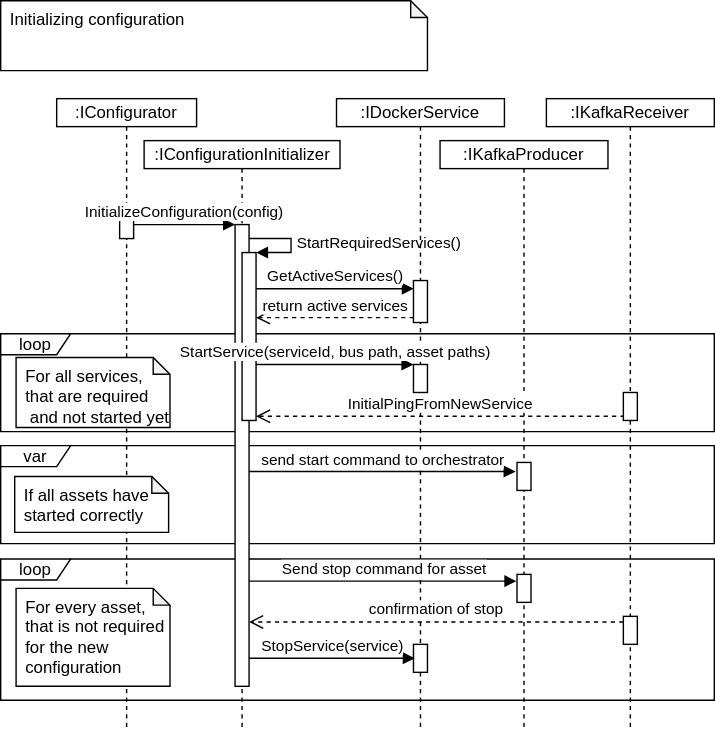
Before: docs/Seq_Configurator.Initialization.svg, a diagram exported from draw.io (SDU-SW-Engineering/Reconfigurable-I4-Middleware-Software-Architecture). Source tidied: cells renumbered, new cells last; positions are measured from the earlier drawing's top-left corner, leaving out a move shared by most shapes. Its diagram source:
```xml
<mxGraphModel>
  <root>
    <mxCell id="0" />
    <mxCell id="1" parent="0" />
    <mxCell id="2" value="var" style="shape=umlFrame;whiteSpace=wrap;html=1;width=50;height=15;" parent="1" vertex="1">
      <mxGeometry y="318" width="510" height="70" as="geometry" />
    </mxCell>
    <mxCell id="3" value="loop" style="shape=umlFrame;whiteSpace=wrap;html=1;width=50;height=15;" parent="1" vertex="1">
      <mxGeometry y="399" width="510" height="101" as="geometry" />
    </mxCell>
    <mxCell id="4" value="loop" style="shape=umlFrame;whiteSpace=wrap;html=1;width=50;height=15;" parent="1" vertex="1">
      <mxGeometry y="238" width="510" height="70" as="geometry" />
    </mxCell>
    <mxCell id="5" value=":IConfigurator" style="shape=umlLifeline;perimeter=lifelinePerimeter;whiteSpace=wrap;html=1;size=20;" parent="1" vertex="1">
      <mxGeometry x="40" y="70" width="100" height="450" as="geometry" />
    </mxCell>
    <mxCell id="6" style="html=1;points=[];perimeter=orthogonalPerimeter;" parent="5" vertex="1">
      <mxGeometry x="45" y="80" width="10" height="20" as="geometry" />
    </mxCell>
    <mxCell id="7" value=":IConfigurationInitializer" style="shape=umlLifeline;perimeter=lifelinePerimeter;whiteSpace=wrap;html=1;size=20;" parent="1" vertex="1">
      <mxGeometry x="102.5" y="100" width="140" height="420" as="geometry" />
    </mxCell>
    <mxCell id="8" style="html=1;points=[];perimeter=orthogonalPerimeter;" parent="7" vertex="1">
      <mxGeometry x="65" y="60" width="10" height="330" as="geometry" />
    </mxCell>
    <mxCell id="9" value="StartRequiredServices()" style="edgeStyle=orthogonalEdgeStyle;html=1;align=left;spacingLeft=2;endArrow=block;rounded=0;entryX=1;entryY=0;" parent="7" edge="1">
      <mxGeometry relative="1" as="geometry">
        <mxPoint x="75" y="70" as="sourcePoint" />
        <mxPoint x="80" y="80" as="targetPoint" />
        <Array as="points">
          <mxPoint x="105" y="70" />
        </Array>
      </mxGeometry>
    </mxCell>
    <mxCell id="10" style="html=1;points=[];perimeter=orthogonalPerimeter;" parent="7" vertex="1">
      <mxGeometry x="70" y="80" width="10" height="120" as="geometry" />
    </mxCell>
    <mxCell id="11" value=":IDockerService" style="shape=umlLifeline;perimeter=lifelinePerimeter;whiteSpace=wrap;html=1;size=20;" parent="1" vertex="1">
      <mxGeometry x="240" y="70" width="120" height="450" as="geometry" />
    </mxCell>
    <mxCell id="12" style="html=1;points=[];perimeter=orthogonalPerimeter;" parent="11" vertex="1">
      <mxGeometry x="55" y="390" width="10" height="20" as="geometry" />
    </mxCell>
    <mxCell id="13" style="html=1;points=[];perimeter=orthogonalPerimeter;" parent="11" vertex="1">
      <mxGeometry x="55" y="190" width="10" height="20" as="geometry" />
    </mxCell>
    <mxCell id="14" style="html=1;points=[];perimeter=orthogonalPerimeter;" parent="11" vertex="1">
      <mxGeometry x="55" y="130" width="10" height="30" as="geometry" />
    </mxCell>
    <mxCell id="15" value="InitializeConfiguration(config)" style="html=1;verticalAlign=bottom;endArrow=block;rounded=0;" parent="1" edge="1" source="6" target="8">
      <mxGeometry relative="1" as="geometry" />
    </mxCell>
    <mxCell id="16" value="StopService(service)" style="html=1;verticalAlign=bottom;endArrow=block;rounded=0;entryX=0.093;entryY=0.498;entryDx=0;entryDy=0;entryPerimeter=0;" parent="1" edge="1" source="8" target="12">
      <mxGeometry relative="1" as="geometry" />
    </mxCell>
    <mxCell id="17" value="GetActiveServices()" style="html=1;verticalAlign=bottom;endArrow=block;rounded=0;entryX=0.024;entryY=0.194;entryDx=0;entryDy=0;entryPerimeter=0;" parent="1" edge="1" source="10" target="14">
      <mxGeometry relative="1" as="geometry" />
    </mxCell>
    <mxCell id="18" value="return active services" style="html=1;verticalAlign=bottom;endArrow=open;dashed=1;endSize=8;rounded=0;exitX=0.024;exitY=0.884;exitDx=0;exitDy=0;exitPerimeter=0;" parent="1" edge="1" source="14" target="10">
      <mxGeometry relative="1" as="geometry" />
    </mxCell>
    <mxCell id="19" value="StartService(serviceId, bus path, asset paths)" style="html=1;verticalAlign=bottom;endArrow=block;rounded=0;" parent="1" edge="1" source="10" target="13">
      <mxGeometry relative="1" as="geometry" />
    </mxCell>
    <mxCell id="20" value="&lt;div&gt;For all services, that are required &amp;nbsp;and not started yet&lt;/div&gt;" style="shape=note;whiteSpace=wrap;html=1;backgroundOutline=1;darkOpacity=0.05;size=12;align=left;spacingLeft=5;verticalAlign=top;" parent="1" vertex="1">
      <mxGeometry x="11" y="255" width="110" height="50" as="geometry" />
    </mxCell>
    <mxCell id="21" value=":IKafkaProducer" style="shape=umlLifeline;perimeter=lifelinePerimeter;whiteSpace=wrap;html=1;size=20;" parent="1" vertex="1">
      <mxGeometry x="314" y="100" width="120" height="420" as="geometry" />
    </mxCell>
    <mxCell id="22" style="html=1;points=[];perimeter=orthogonalPerimeter;" parent="21" vertex="1">
      <mxGeometry x="55" y="310" width="10" height="20" as="geometry" />
    </mxCell>
    <mxCell id="23" style="html=1;points=[];perimeter=orthogonalPerimeter;" parent="21" vertex="1">
      <mxGeometry x="55" y="230" width="10" height="20" as="geometry" />
    </mxCell>
    <mxCell id="24" value="InitialPingFromNewService" style="html=1;verticalAlign=bottom;endArrow=open;dashed=1;endSize=8;rounded=0;exitX=0.093;exitY=0.85;exitDx=0;exitDy=0;exitPerimeter=0;" parent="1" edge="1" source="29" target="10">
      <mxGeometry relative="1" as="geometry" />
    </mxCell>
    <mxCell id="25" value="Send stop command for asset" style="html=1;verticalAlign=bottom;endArrow=block;rounded=0;entryX=-0.045;entryY=0.241;entryDx=0;entryDy=0;entryPerimeter=0;" parent="1" edge="1" source="8" target="22">
      <mxGeometry relative="1" as="geometry" />
    </mxCell>
    <mxCell id="26" value="&lt;div&gt;For every asset, that is not required for the new configuration&lt;/div&gt;" style="shape=note;whiteSpace=wrap;html=1;backgroundOutline=1;darkOpacity=0.05;size=12;align=left;spacingLeft=5;verticalAlign=top;" parent="1" vertex="1">
      <mxGeometry x="11" y="420" width="110" height="70" as="geometry" />
    </mxCell>
    <mxCell id="27" value="confirmation of stop" style="html=1;verticalAlign=bottom;endArrow=open;dashed=1;endSize=8;rounded=0;exitX=0;exitY=0.2;exitDx=0;exitDy=0;exitPerimeter=0;" parent="1" edge="1" source="30" target="8">
      <mxGeometry relative="1" as="geometry" />
    </mxCell>
    <mxCell id="28" value=":IKafkaReceiver" style="shape=umlLifeline;perimeter=lifelinePerimeter;whiteSpace=wrap;html=1;size=20;" parent="1" vertex="1">
      <mxGeometry x="390" y="70" width="120" height="450" as="geometry" />
    </mxCell>
    <mxCell id="29" style="html=1;points=[];perimeter=orthogonalPerimeter;" parent="28" vertex="1">
      <mxGeometry x="55" y="210" width="10" height="20" as="geometry" />
    </mxCell>
    <mxCell id="30" style="html=1;points=[];perimeter=orthogonalPerimeter;" parent="28" vertex="1">
      <mxGeometry x="55" y="370" width="10" height="20" as="geometry" />
    </mxCell>
    <mxCell id="31" value="send start command to orchestrator" style="html=1;verticalAlign=bottom;endArrow=block;rounded=0;entryX=-0.1;entryY=0.325;entryDx=0;entryDy=0;entryPerimeter=0;" parent="1" edge="1" source="8" target="23">
      <mxGeometry relative="1" as="geometry" />
    </mxCell>
    <mxCell id="32" value="&lt;div&gt;If all assets have started correctly&lt;/div&gt;" style="shape=note;whiteSpace=wrap;html=1;backgroundOutline=1;darkOpacity=0.05;size=12;align=left;spacingLeft=5;verticalAlign=top;" parent="1" vertex="1">
      <mxGeometry x="10" y="340" width="110" height="40" as="geometry" />
    </mxCell>
    <mxCell id="33" value="&lt;div style=&quot;&quot;&gt;Initializing configuration&lt;/div&gt;" style="shape=note;whiteSpace=wrap;html=1;backgroundOutline=1;darkOpacity=0.05;size=12;align=left;spacingLeft=5;verticalAlign=top;" parent="1" vertex="1">
      <mxGeometry width="305" height="50" as="geometry" />
    </mxCell>
  </root>
</mxGraphModel>
```
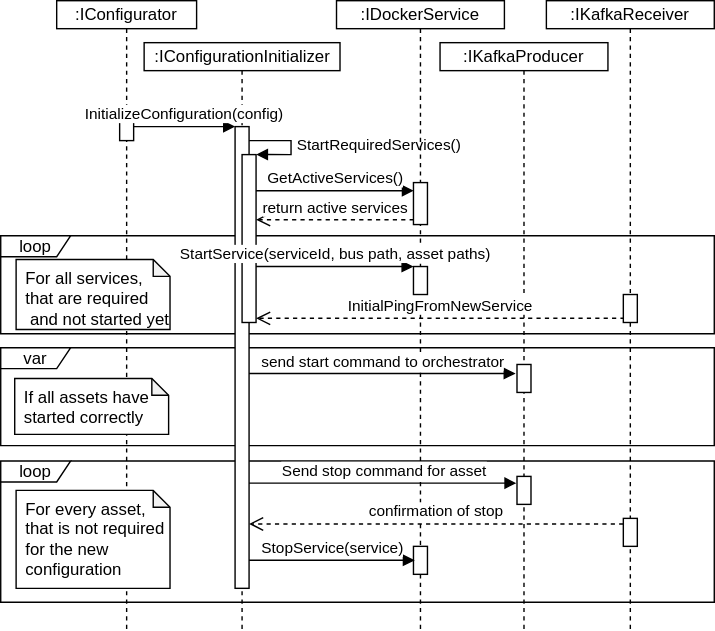
The same diagram one commit later.

What changed in the source:
```diff
@@ -101,8 +101,5 @@
     <mxCell id="32" value="&lt;div&gt;If all assets have started correctly&lt;/div&gt;" style="shape=note;whiteSpace=wrap;html=1;backgroundOutline=1;darkOpacity=0.05;size=12;align=left;spacingLeft=5;verticalAlign=top;" parent="1" vertex="1">
       <mxGeometry x="10" y="340" width="110" height="40" as="geometry" />
     </mxCell>
-    <mxCell id="33" value="&lt;div style=&quot;&quot;&gt;Initializing configuration&lt;/div&gt;" style="shape=note;whiteSpace=wrap;html=1;backgroundOutline=1;darkOpacity=0.05;size=12;align=left;spacingLeft=5;verticalAlign=top;" parent="1" vertex="1">
-      <mxGeometry width="305" height="50" as="geometry" />
-    </mxCell>
   </root>
 </mxGraphModel>
```
